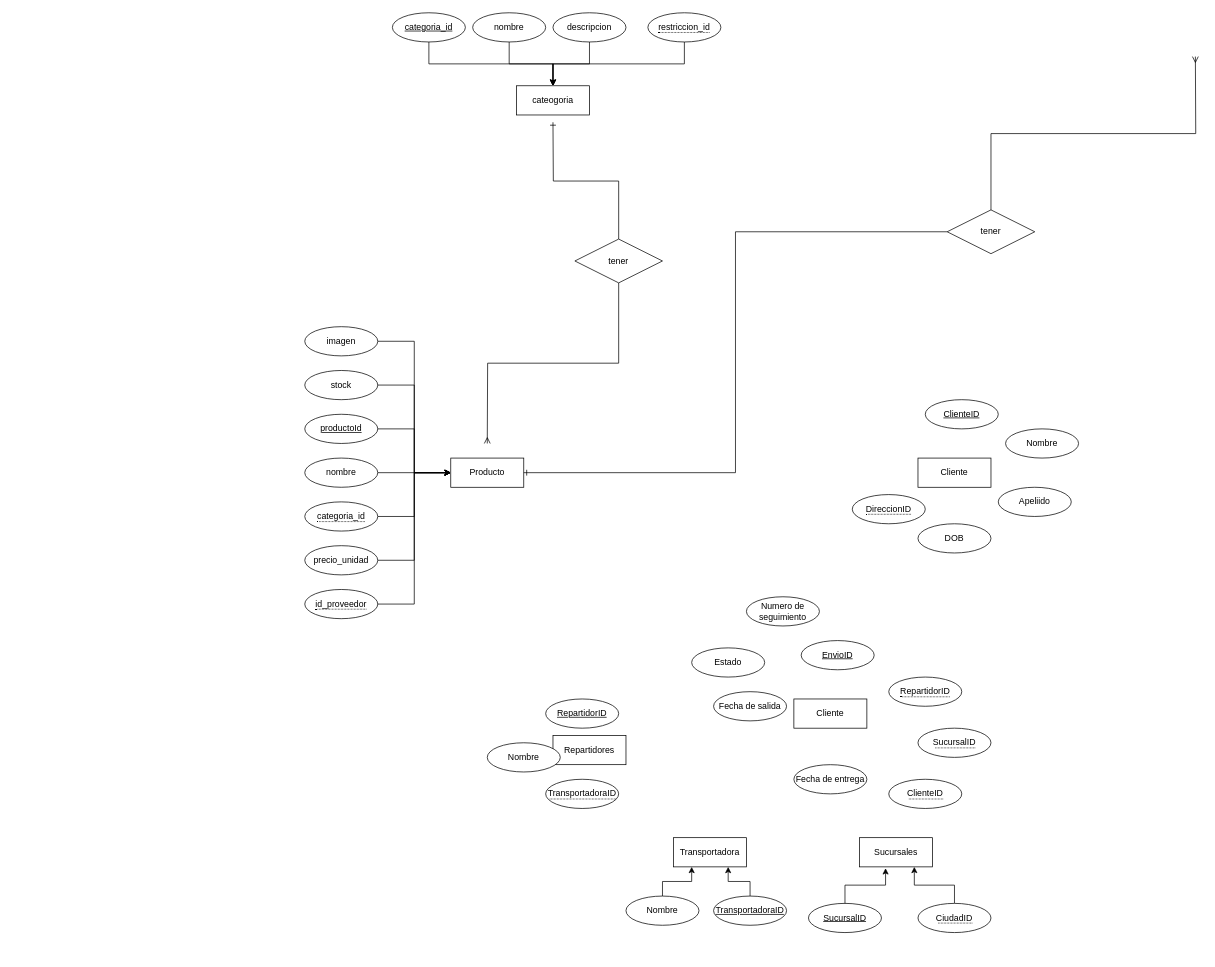
Above: ProyectoFinal.drawio in Angel-ISO/Diagramas (draw.io), before the change. Source tidied: cells renumbered, new cells numbered last; positions are measured from the earlier drawing's top-left corner, leaving out a move shared by most shapes. Both pictures are drawn from the tidied source at 73%, with x=0, y=0 at pixel (304, 5).
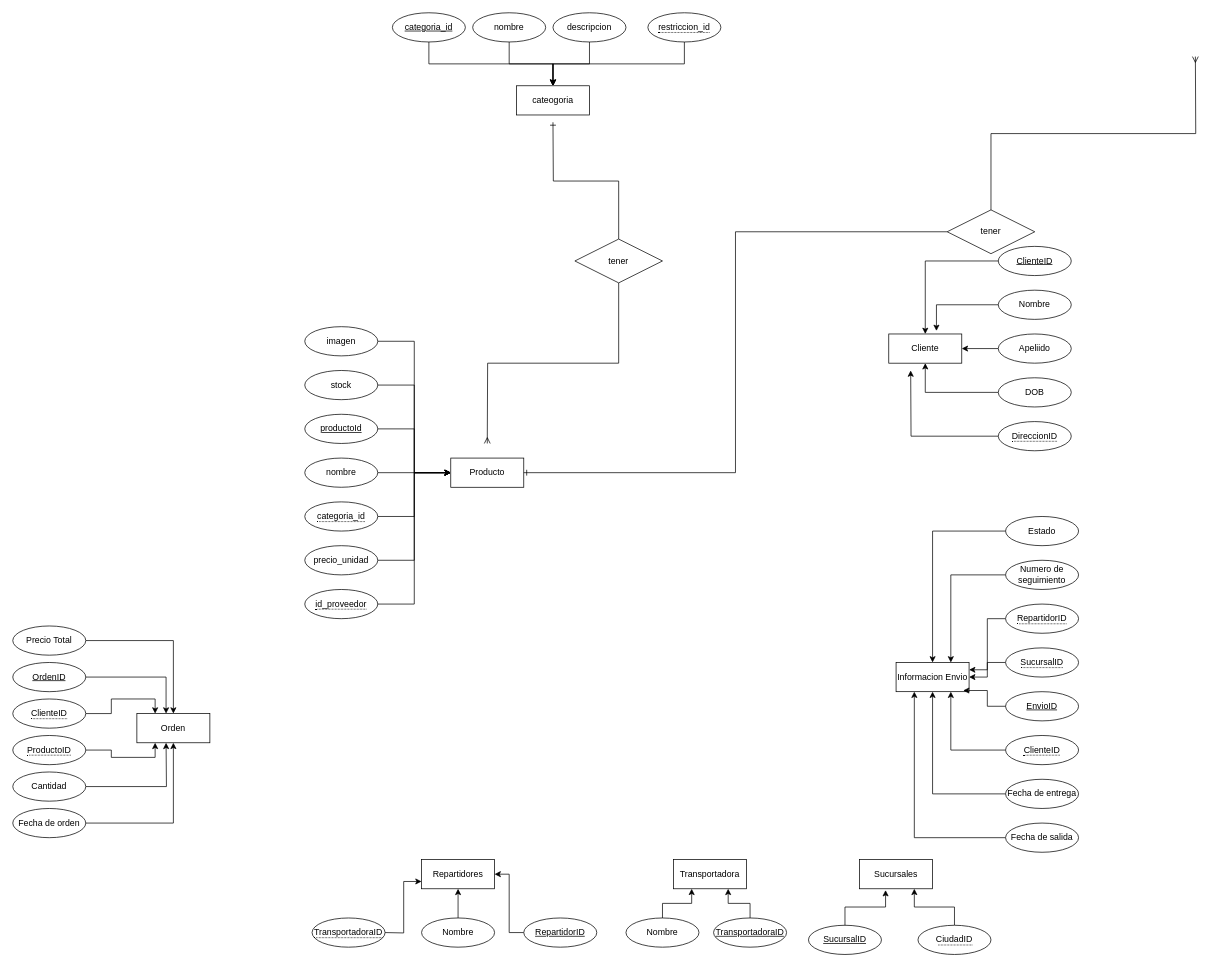
After the change.

Diff of the diagram source:
```diff
@@
     <mxCell id="4" value="Cliente" style="whiteSpace=wrap;html=1;align=center;" parent="1" vertex="1">
-      <mxGeometry x="840" y="620" width="100" height="40" as="geometry" />
+      <mxGeometry x="800" y="450" width="100" height="40" as="geometry" />
     </mxCell>
@@
+    <mxCell id="65" style="edgeStyle=orthogonalEdgeStyle;rounded=0;jettySize=auto;html=1;" parent="1" edge="1" source="6" target="4">
+      <mxGeometry relative="1" as="geometry" />
+    </mxCell>
     <mxCell id="6" value="ClienteID" style="ellipse;whiteSpace=wrap;html=1;align=center;fontStyle=4;" parent="1" vertex="1">
-      <mxGeometry x="850" y="540" width="100" height="40" as="geometry" />
+      <mxGeometry x="950" y="330" width="100" height="40" as="geometry" />
     </mxCell>
@@
+    <mxCell id="66" style="edgeStyle=orthogonalEdgeStyle;rounded=0;jettySize=auto;html=1;entryX=0.653;entryY=-0.104;entryDx=0;entryDy=0;entryPerimeter=0;" parent="1" edge="1" source="8" target="4">
+      <mxGeometry relative="1" as="geometry" />
+    </mxCell>
     <mxCell id="8" value="Nombre" style="ellipse;whiteSpace=wrap;html=1;align=center;" parent="1" vertex="1">
-      <mxGeometry x="960" y="580" width="100" height="40" as="geometry" />
+      <mxGeometry x="950" y="390" width="100" height="40" as="geometry" />
     </mxCell>
@@
+    <mxCell id="67" style="edgeStyle=orthogonalEdgeStyle;rounded=0;jettySize=auto;html=1;" parent="1" edge="1" source="10" target="4">
+      <mxGeometry relative="1" as="geometry" />
+    </mxCell>
     <mxCell id="10" value="Apeliido" style="ellipse;whiteSpace=wrap;html=1;align=center;" parent="1" vertex="1">
-      <mxGeometry x="950" y="660" width="100" height="40" as="geometry" />
+      <mxGeometry x="950" y="450" width="100" height="40" as="geometry" />
     </mxCell>
@@
+    <mxCell id="68" style="edgeStyle=orthogonalEdgeStyle;rounded=0;jettySize=auto;html=1;entryX=0.5;entryY=1;entryDx=0;entryDy=0;" parent="1" edge="1" source="12" target="4">
+      <mxGeometry relative="1" as="geometry" />
+    </mxCell>
     <mxCell id="12" value="DOB" style="ellipse;whiteSpace=wrap;html=1;align=center;" parent="1" vertex="1">
-      <mxGeometry x="840" y="710" width="100" height="40" as="geometry" />
+      <mxGeometry x="950" y="510" width="100" height="40" as="geometry" />
     </mxCell>
@@
+    <mxCell id="69" style="edgeStyle=orthogonalEdgeStyle;rounded=0;jettySize=auto;html=1;" parent="1" edge="1" source="14">
+      <mxGeometry relative="1" as="geometry">
+        <mxPoint x="830" y="500" as="targetPoint" />
+      </mxGeometry>
+    </mxCell>
     <mxCell id="14" value="&lt;span style=&quot;border-bottom: 1px dotted&quot;&gt;DireccionID&lt;/span&gt;" style="ellipse;whiteSpace=wrap;html=1;align=center;" parent="1" vertex="1">
-      <mxGeometry x="750" y="670" width="100" height="40" as="geometry" />
+      <mxGeometry x="950" y="570" width="100" height="40" as="geometry" />
     </mxCell>
@@
-    <mxCell id="35" value="Cliente" style="whiteSpace=wrap;html=1;align=center;" parent="1" vertex="1">
-      <mxGeometry x="670" y="950" width="100" height="40" as="geometry" />
+    <mxCell id="35" value="Informacion Envio" style="whiteSpace=wrap;html=1;align=center;" parent="1" vertex="1">
+      <mxGeometry x="810" y="900" width="100" height="40" as="geometry" />
     </mxCell>
     <mxCell id="36" value="EnvioID" style="ellipse;whiteSpace=wrap;html=1;align=center;fontStyle=4;" parent="1" vertex="1">
-      <mxGeometry x="680" y="870" width="100" height="40" as="geometry" />
+      <mxGeometry x="960" y="940" width="100" height="40" as="geometry" />
     </mxCell>
+    <mxCell id="70" style="edgeStyle=orthogonalEdgeStyle;rounded=0;jettySize=auto;html=1;entryX=0.5;entryY=1;entryDx=0;entryDy=0;" parent="1" edge="1" source="37" target="35">
+      <mxGeometry relative="1" as="geometry" />
+    </mxCell>
     <mxCell id="37" value="Fecha de entrega" style="ellipse;whiteSpace=wrap;html=1;align=center;" parent="1" vertex="1">
-      <mxGeometry x="670" y="1040" width="100" height="40" as="geometry" />
+      <mxGeometry x="960" y="1060" width="100" height="40" as="geometry" />
     </mxCell>
+    <mxCell id="71" style="edgeStyle=orthogonalEdgeStyle;rounded=0;jettySize=auto;html=1;" parent="1" edge="1" source="38" target="35">
+      <mxGeometry relative="1" as="geometry" />
+    </mxCell>
     <mxCell id="38" value="&lt;span style=&quot;border-bottom: 1px dotted&quot;&gt;SucursalID&lt;/span&gt;" style="ellipse;whiteSpace=wrap;html=1;align=center;" parent="1" vertex="1">
-      <mxGeometry x="840" y="990" width="100" height="40" as="geometry" />
+      <mxGeometry x="960" y="880" width="100" height="40" as="geometry" />
     </mxCell>
+    <mxCell id="72" style="edgeStyle=orthogonalEdgeStyle;rounded=0;jettySize=auto;html=1;entryX=1;entryY=0.25;entryDx=0;entryDy=0;" parent="1" edge="1" source="39" target="35">
+      <mxGeometry relative="1" as="geometry" />
+    </mxCell>
     <mxCell id="39" value="&lt;span style=&quot;border-bottom: 1px dotted&quot;&gt;RepartidorID&lt;/span&gt;" style="ellipse;whiteSpace=wrap;html=1;align=center;" parent="1" vertex="1">
-      <mxGeometry x="800" y="920" width="100" height="40" as="geometry" />
+      <mxGeometry x="960" y="820" width="100" height="40" as="geometry" />
     </mxCell>
+    <mxCell id="73" style="edgeStyle=orthogonalEdgeStyle;rounded=0;jettySize=auto;html=1;entryX=0.75;entryY=1;entryDx=0;entryDy=0;" parent="1" edge="1" source="40" target="35">
+      <mxGeometry relative="1" as="geometry" />
+    </mxCell>
     <mxCell id="40" value="&lt;span style=&quot;border-bottom: 1px dotted&quot;&gt;ClienteID&lt;/span&gt;" style="ellipse;whiteSpace=wrap;html=1;align=center;" parent="1" vertex="1">
-      <mxGeometry x="800" y="1060" width="100" height="40" as="geometry" />
+      <mxGeometry x="960" y="1000" width="100" height="40" as="geometry" />
     </mxCell>
+    <mxCell id="74" style="edgeStyle=orthogonalEdgeStyle;rounded=0;jettySize=auto;html=1;entryX=0.25;entryY=1;entryDx=0;entryDy=0;" parent="1" edge="1" source="41" target="35">
+      <mxGeometry relative="1" as="geometry" />
+    </mxCell>
     <mxCell id="41" value="Fecha de salida" style="ellipse;whiteSpace=wrap;html=1;align=center;" parent="1" vertex="1">
-      <mxGeometry x="560" y="940" width="100" height="40" as="geometry" />
+      <mxGeometry x="960" y="1120" width="100" height="40" as="geometry" />
     </mxCell>
+    <mxCell id="75" style="edgeStyle=orthogonalEdgeStyle;rounded=0;jettySize=auto;html=1;entryX=0.75;entryY=0;entryDx=0;entryDy=0;" parent="1" edge="1" source="42" target="35">
+      <mxGeometry relative="1" as="geometry" />
+    </mxCell>
     <mxCell id="42" value="Numero de seguimiento" style="ellipse;whiteSpace=wrap;html=1;align=center;" parent="1" vertex="1">
-      <mxGeometry x="605" y="810" width="100" height="40" as="geometry" />
+      <mxGeometry x="960" y="760" width="100" height="40" as="geometry" />
     </mxCell>
+    <mxCell id="76" style="edgeStyle=orthogonalEdgeStyle;rounded=0;jettySize=auto;html=1;entryX=0.5;entryY=0;entryDx=0;entryDy=0;" parent="1" edge="1" source="43" target="35">
+      <mxGeometry relative="1" as="geometry" />
+    </mxCell>
     <mxCell id="43" value="Estado" style="ellipse;whiteSpace=wrap;html=1;align=center;" parent="1" vertex="1">
-      <mxGeometry x="530" y="880" width="100" height="40" as="geometry" />
+      <mxGeometry x="960" y="700" width="100" height="40" as="geometry" />
     </mxCell>
@@
     <mxCell id="45" value="Repartidores" style="whiteSpace=wrap;html=1;align=center;" parent="1" vertex="1">
-      <mxGeometry x="340" y="1000" width="100" height="40" as="geometry" />
+      <mxGeometry x="160" y="1170" width="100" height="40" as="geometry" />
     </mxCell>
+    <mxCell id="77" style="edgeStyle=orthogonalEdgeStyle;rounded=0;jettySize=auto;html=1;entryX=0;entryY=0.75;entryDx=0;entryDy=0;" parent="1" edge="1" target="45">
+      <mxGeometry relative="1" as="geometry">
+        <mxPoint x="110" y="1270" as="sourcePoint" />
+      </mxGeometry>
+    </mxCell>
@@
     <mxCell id="47" value="&lt;span style=&quot;border-bottom: 1px dotted&quot;&gt;TransportadoraID&lt;/span&gt;" style="ellipse;whiteSpace=wrap;html=1;align=center;" parent="1" vertex="1">
-      <mxGeometry x="330" y="1060" width="100" height="40" as="geometry" />
+      <mxGeometry x="10" y="1250" width="100" height="40" as="geometry" />
     </mxCell>
+    <mxCell id="78" style="edgeStyle=orthogonalEdgeStyle;rounded=0;jettySize=auto;html=1;entryX=1;entryY=0.5;entryDx=0;entryDy=0;" parent="1" edge="1" source="49" target="45">
+      <mxGeometry relative="1" as="geometry" />
+    </mxCell>
@@
     <mxCell id="49" value="RepartidorID" style="ellipse;whiteSpace=wrap;html=1;align=center;fontStyle=4;" parent="1" vertex="1">
-      <mxGeometry x="330" y="950" width="100" height="40" as="geometry" />
+      <mxGeometry x="300" y="1250" width="100" height="40" as="geometry" />
     </mxCell>
+    <mxCell id="79" style="edgeStyle=orthogonalEdgeStyle;rounded=0;jettySize=auto;html=1;entryX=0.5;entryY=1;entryDx=0;entryDy=0;" parent="1" edge="1" source="50" target="45">
+      <mxGeometry relative="1" as="geometry" />
+    </mxCell>
     <mxCell id="50" value="Nombre" style="ellipse;whiteSpace=wrap;html=1;align=center;" parent="1" vertex="1">
-      <mxGeometry x="250" y="1010" width="100" height="40" as="geometry" />
+      <mxGeometry x="160" y="1250" width="100" height="40" as="geometry" />
     </mxCell>
     <mxCell id="51" value="Transportadora" style="whiteSpace=wrap;html=1;align=center;" parent="1" vertex="1">
-      <mxGeometry x="505" y="1140" width="100" height="40" as="geometry" />
+      <mxGeometry x="505" y="1170" width="100" height="40" as="geometry" />
     </mxCell>
@@
     <mxCell id="53" value="TransportadoraID" style="ellipse;whiteSpace=wrap;html=1;align=center;fontStyle=4;" parent="1" vertex="1">
-      <mxGeometry x="560" y="1220" width="100" height="40" as="geometry" />
+      <mxGeometry x="560" y="1250" width="100" height="40" as="geometry" />
     </mxCell>
@@
     <mxCell id="55" value="Nombre" style="ellipse;whiteSpace=wrap;html=1;align=center;" parent="1" vertex="1">
-      <mxGeometry x="440" y="1220" width="100" height="40" as="geometry" />
+      <mxGeometry x="440" y="1250" width="100" height="40" as="geometry" />
     </mxCell>
     <mxCell id="56" value="Sucursales" style="whiteSpace=wrap;html=1;align=center;" parent="1" vertex="1">
-      <mxGeometry x="760" y="1140" width="100" height="40" as="geometry" />
+      <mxGeometry x="760" y="1170" width="100" height="40" as="geometry" />
     </mxCell>
     <mxCell id="57" value="SucursalID" style="ellipse;whiteSpace=wrap;html=1;align=center;fontStyle=4;" parent="1" vertex="1">
-      <mxGeometry x="690" y="1230" width="100" height="40" as="geometry" />
+      <mxGeometry x="690" y="1260" width="100" height="40" as="geometry" />
     </mxCell>
@@
     <mxCell id="60" value="&lt;span style=&quot;border-bottom: 1px dotted&quot;&gt;CiudadID&lt;/span&gt;" style="ellipse;whiteSpace=wrap;html=1;align=center;" parent="1" vertex="1">
-      <mxGeometry x="840" y="1230" width="100" height="40" as="geometry" />
+      <mxGeometry x="840" y="1260" width="100" height="40" as="geometry" />
     </mxCell>
+    <mxCell id="80" style="edgeStyle=orthogonalEdgeStyle;rounded=0;orthogonalLoop=1;jettySize=auto;html=1;exitX=0.5;exitY=1;exitDx=0;exitDy=0;" parent="1" edge="1" source="39" target="39">
+      <mxGeometry relative="1" as="geometry" />
+    </mxCell>
@@
+    <mxCell id="81" style="edgeStyle=orthogonalEdgeStyle;rounded=0;jettySize=auto;html=1;entryX=0.919;entryY=0.961;entryDx=0;entryDy=0;entryPerimeter=0;" parent="1" edge="1" source="36" target="35">
+      <mxGeometry relative="1" as="geometry" />
+    </mxCell>
@@
+    <mxCell id="82" value="Orden" style="whiteSpace=wrap;html=1;align=center;" parent="1" vertex="1">
+      <mxGeometry x="-230" y="970" width="100" height="40" as="geometry" />
+    </mxCell>
+    <mxCell id="83" style="edgeStyle=orthogonalEdgeStyle;rounded=0;jettySize=auto;html=1;entryX=0.4;entryY=0;entryDx=0;entryDy=0;entryPerimeter=0;" parent="1" edge="1" source="84" target="82">
+      <mxGeometry relative="1" as="geometry" />
+    </mxCell>
+    <mxCell id="84" value="OrdenID" style="ellipse;whiteSpace=wrap;html=1;align=center;fontStyle=4;" parent="1" vertex="1">
+      <mxGeometry x="-400" y="900" width="100" height="40" as="geometry" />
+    </mxCell>
+    <mxCell id="85" style="edgeStyle=orthogonalEdgeStyle;rounded=0;jettySize=auto;html=1;entryX=0.25;entryY=0;entryDx=0;entryDy=0;" parent="1" edge="1" source="86" target="82">
+      <mxGeometry relative="1" as="geometry" />
+    </mxCell>
+    <mxCell id="86" value="&lt;span style=&quot;border-bottom: 1px dotted&quot;&gt;ClienteID&lt;/span&gt;" style="ellipse;whiteSpace=wrap;html=1;align=center;" parent="1" vertex="1">
+      <mxGeometry x="-400" y="950" width="100" height="40" as="geometry" />
+    </mxCell>
+    <mxCell id="87" style="edgeStyle=orthogonalEdgeStyle;rounded=0;jettySize=auto;html=1;entryX=0.25;entryY=1;entryDx=0;entryDy=0;" parent="1" edge="1" source="88" target="82">
+      <mxGeometry relative="1" as="geometry" />
+    </mxCell>
+    <mxCell id="88" value="&lt;span style=&quot;border-bottom: 1px dotted&quot;&gt;ProductoID&lt;/span&gt;" style="ellipse;whiteSpace=wrap;html=1;align=center;" parent="1" vertex="1">
+      <mxGeometry x="-400" y="1000" width="100" height="40" as="geometry" />
+    </mxCell>
+    <mxCell id="89" style="edgeStyle=orthogonalEdgeStyle;rounded=0;orthogonalLoop=1;jettySize=auto;html=1;exitX=0.5;exitY=1;exitDx=0;exitDy=0;" parent="1" edge="1" source="88" target="88">
+      <mxGeometry relative="1" as="geometry" />
+    </mxCell>
+    <mxCell id="90" style="edgeStyle=orthogonalEdgeStyle;rounded=0;jettySize=auto;html=1;" parent="1" edge="1" source="91">
+      <mxGeometry relative="1" as="geometry">
+        <mxPoint x="-190" y="1010" as="targetPoint" />
+      </mxGeometry>
+    </mxCell>
+    <mxCell id="91" value="Cantidad" style="ellipse;whiteSpace=wrap;html=1;align=center;" parent="1" vertex="1">
+      <mxGeometry x="-400" y="1050" width="100" height="40" as="geometry" />
+    </mxCell>
+    <mxCell id="92" style="edgeStyle=orthogonalEdgeStyle;rounded=0;orthogonalLoop=1;jettySize=auto;html=1;exitX=0.5;exitY=1;exitDx=0;exitDy=0;" parent="1" edge="1" source="88" target="88">
+      <mxGeometry relative="1" as="geometry" />
+    </mxCell>
+    <mxCell id="93" style="edgeStyle=orthogonalEdgeStyle;rounded=0;jettySize=auto;html=1;" parent="1" edge="1" source="94" target="82">
+      <mxGeometry relative="1" as="geometry" />
+    </mxCell>
+    <mxCell id="94" value="Precio Total" style="ellipse;whiteSpace=wrap;html=1;align=center;" parent="1" vertex="1">
+      <mxGeometry x="-400" y="850" width="100" height="40" as="geometry" />
+    </mxCell>
+    <mxCell id="95" style="edgeStyle=orthogonalEdgeStyle;rounded=0;jettySize=auto;html=1;entryX=0.5;entryY=1;entryDx=0;entryDy=0;" parent="1" edge="1" source="96" target="82">
+      <mxGeometry relative="1" as="geometry" />
+    </mxCell>
+    <mxCell id="96" value="Fecha de orden" style="ellipse;whiteSpace=wrap;html=1;align=center;" parent="1" vertex="1">
+      <mxGeometry x="-400" y="1100" width="100" height="40" as="geometry" />
+    </mxCell>
```
